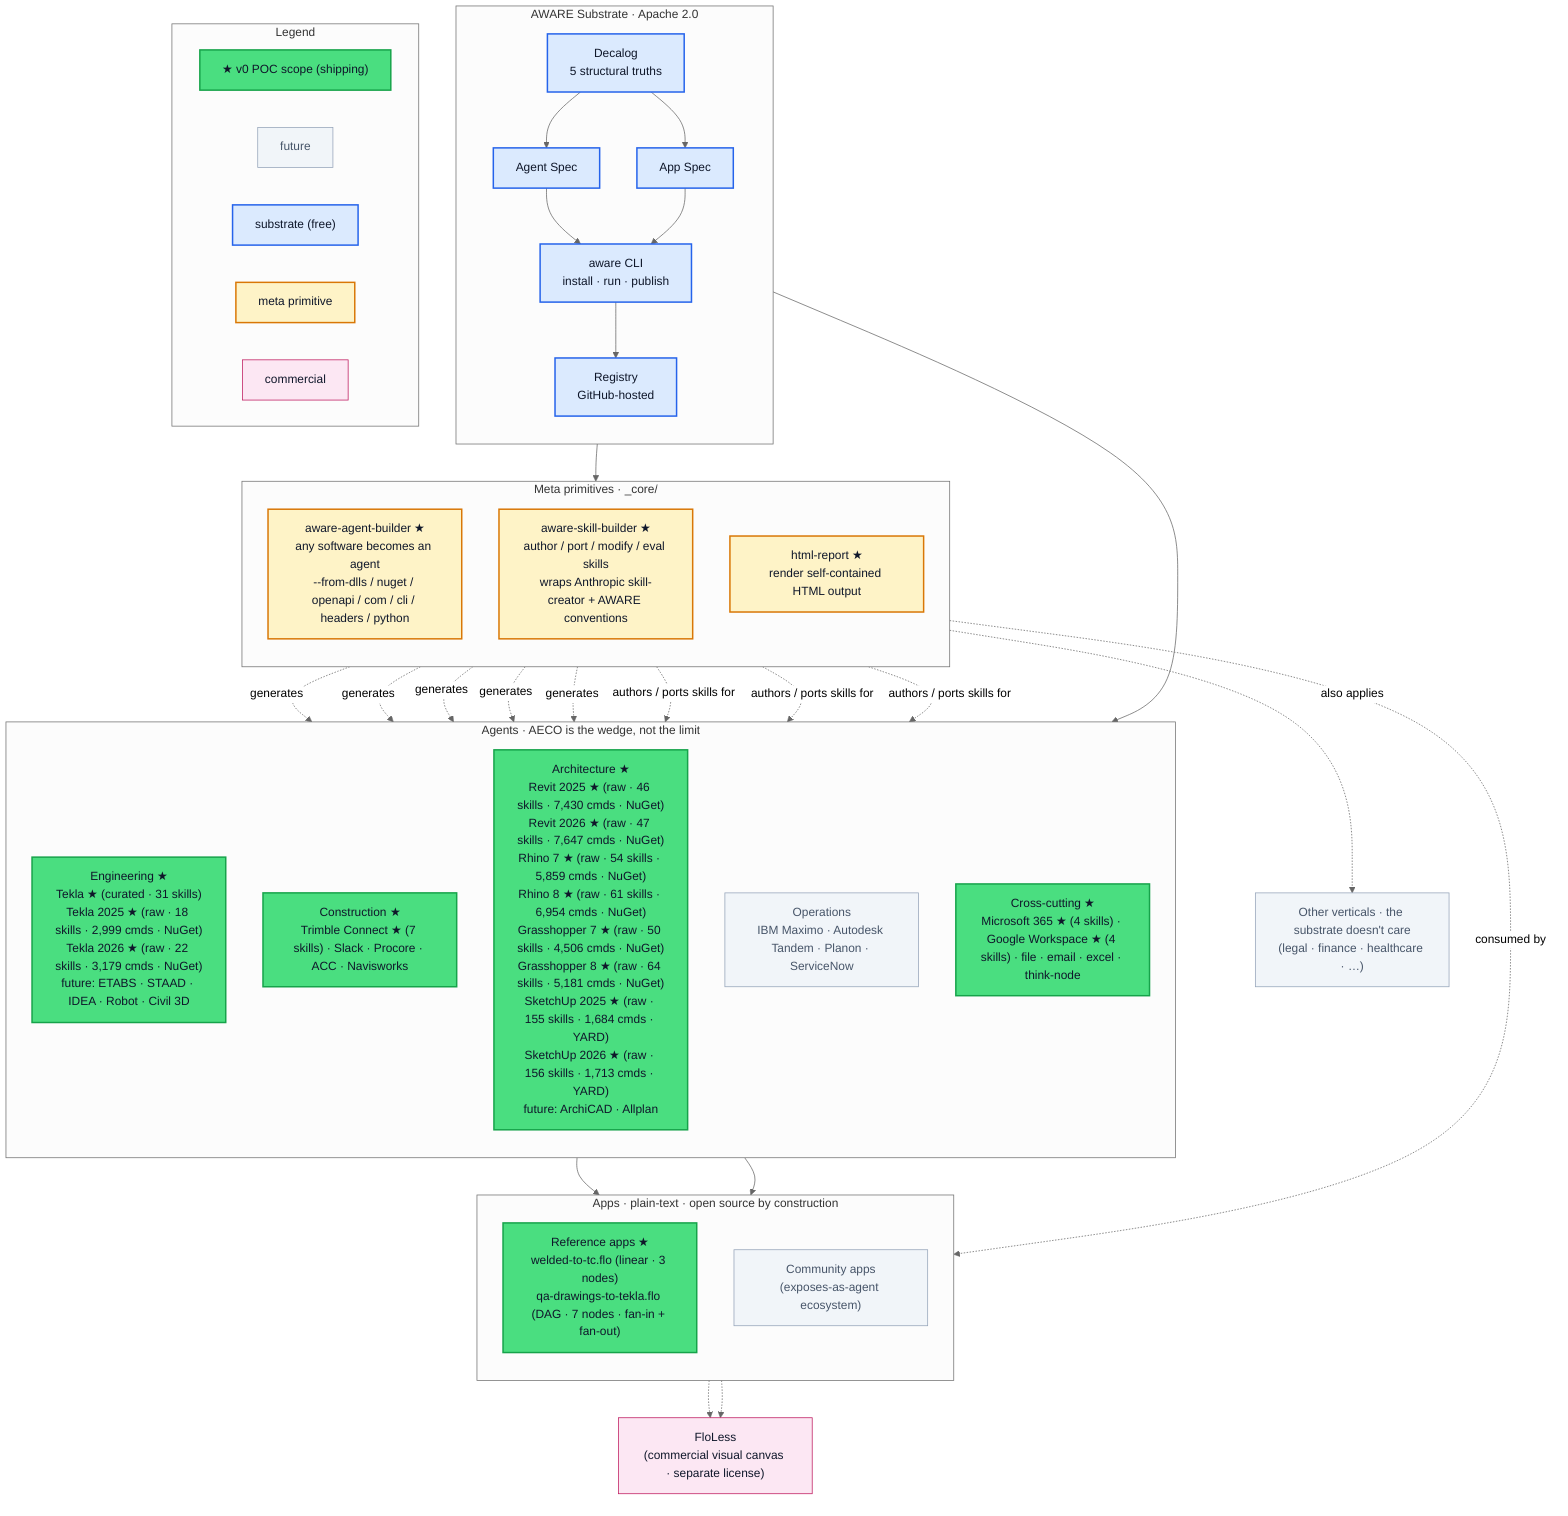
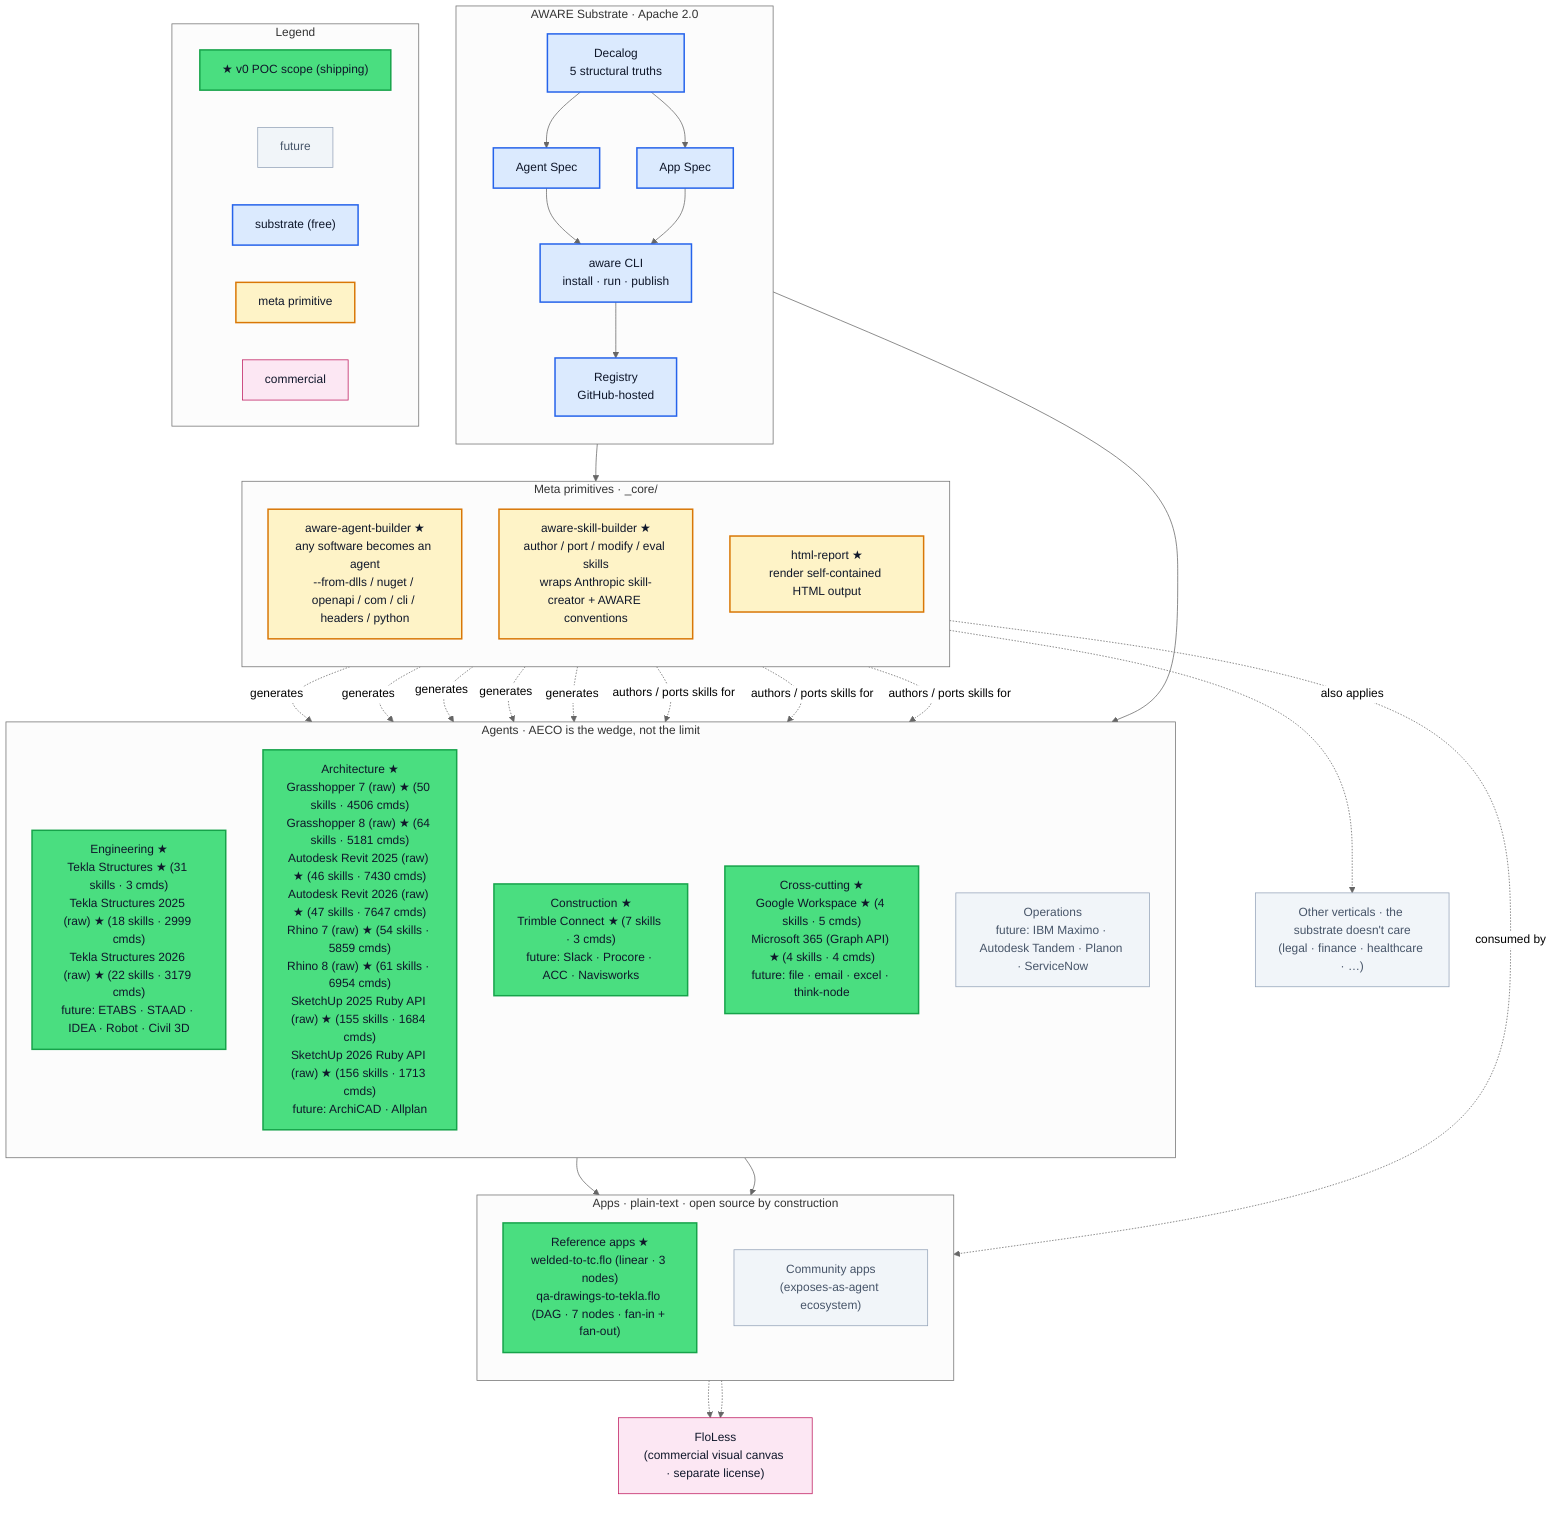
%%{init: {'theme':'neutral'}}%%
graph TB

  %% =========================================================
  %% Style classes
  %% =========================================================
  classDef poc        fill:#4ade80,stroke:#16a34a,color:#0f172a,stroke-width:2px
  classDef future     fill:#f1f5f9,stroke:#94a3b8,color:#475569
  classDef substrate  fill:#dbeafe,stroke:#2563eb,color:#0f172a,stroke-width:2px
  classDef meta       fill:#fef3c7,stroke:#d97706,color:#0f172a,stroke-width:2px
  classDef app        fill:#e0e7ff,stroke:#6366f1,color:#0f172a
  classDef commercial fill:#fce7f3,stroke:#be185d,color:#0f172a

  %% =========================================================
  %% Substrate · Apache 2.0
  %% =========================================================
  subgraph SUB["AWARE Substrate · Apache 2.0"]
    direction TB
    Decalog["Decalog<br/>5 structural truths"]:::substrate
    AgentSpec["Agent Spec"]:::substrate
    AppSpec["App Spec"]:::substrate
    CLI["aware CLI<br/>install · run · publish"]:::substrate
    Registry["Registry<br/>GitHub-hosted"]:::substrate

    Decalog --> AgentSpec
    Decalog --> AppSpec
    AgentSpec --> CLI
    AppSpec --> CLI
    CLI --> Registry
  end

  %% =========================================================
  %% Meta primitives — under _core/
  %% =========================================================
  subgraph META["Meta primitives · _core/"]
    direction TB
    Builder["aware-agent-builder ★<br/>any software becomes an agent<br/>--from-dlls / nuget / openapi / com / cli / headers / python"]:::meta
    SkillBuilder["aware-skill-builder ★<br/>author / port / modify / eval skills<br/>wraps Anthropic skill-creator + AWARE conventions"]:::meta
    HtmlReport["html-report ★<br/>render self-contained HTML output"]:::meta
  end

  %% =========================================================
  %% Agents · AECO (the wedge)
  %% =========================================================
  subgraph AGENTS["Agents · AECO is the wedge, not the limit"]
    direction TB

-     Eng["Engineering ★<br/>Tekla ★ (curated · 31 skills)<br/>Tekla 2025 ★ (raw · 18 skills · 2,999 cmds · NuGet)<br/>Tekla 2026 ★ (raw · 22 skills · 3,179 cmds · NuGet)<br/>future: ETABS · STAAD · IDEA · Robot · Civil 3D"]:::poc
-     Cons["Construction ★<br/>Trimble Connect ★ (7 skills) · Slack · Procore · ACC · Navisworks"]:::poc
-     Arch["Architecture ★<br/>Revit 2025 ★ (raw · 46 skills · 7,430 cmds · NuGet)<br/>Revit 2026 ★ (raw · 47 skills · 7,647 cmds · NuGet)<br/>Rhino 7 ★ (raw · 54 skills · 5,859 cmds · NuGet)<br/>Rhino 8 ★ (raw · 61 skills · 6,954 cmds · NuGet)<br/>Grasshopper 7 ★ (raw · 50 skills · 4,506 cmds · NuGet)<br/>Grasshopper 8 ★ (raw · 64 skills · 5,181 cmds · NuGet)<br/>SketchUp 2025 ★ (raw · 155 skills · 1,684 cmds · YARD)<br/>SketchUp 2026 ★ (raw · 156 skills · 1,713 cmds · YARD)<br/>future: ArchiCAD · Allplan"]:::poc
-     Ops["Operations<br/>IBM Maximo · Autodesk Tandem · Planon · ServiceNow"]:::future
-     Cross["Cross-cutting ★<br/>Microsoft 365 ★ (4 skills) · Google Workspace ★ (4 skills) · file · email · excel · think-node"]:::poc
+     %% AWARE-AUTOGEN-AGENTS-BEGIN (regenerated by `aware diagram regenerate --in-place 40-diagrams/aware-master.mmd`)
+     Eng["Engineering ★<br/>Tekla Structures ★ (31 skills · 3 cmds)<br/>Tekla Structures 2025 (raw) ★ (18 skills · 2999 cmds)<br/>Tekla Structures 2026 (raw) ★ (22 skills · 3179 cmds)<br/>future: ETABS · STAAD · IDEA · Robot · Civil 3D"]:::poc
+     Arch["Architecture ★<br/>Grasshopper 7 (raw) ★ (50 skills · 4506 cmds)<br/>Grasshopper 8 (raw) ★ (64 skills · 5181 cmds)<br/>Autodesk Revit 2025 (raw) ★ (46 skills · 7430 cmds)<br/>Autodesk Revit 2026 (raw) ★ (47 skills · 7647 cmds)<br/>Rhino 7 (raw) ★ (54 skills · 5859 cmds)<br/>Rhino 8 (raw) ★ (61 skills · 6954 cmds)<br/>SketchUp 2025 Ruby API (raw) ★ (155 skills · 1684 cmds)<br/>SketchUp 2026 Ruby API (raw) ★ (156 skills · 1713 cmds)<br/>future: ArchiCAD · Allplan"]:::poc
+     Cons["Construction ★<br/>Trimble Connect ★ (7 skills · 3 cmds)<br/>future: Slack · Procore · ACC · Navisworks"]:::poc
+     Cross["Cross-cutting ★<br/>Google Workspace ★ (4 skills · 5 cmds)<br/>Microsoft 365 (Graph API) ★ (4 skills · 4 cmds)<br/>future: file · email · excel · think-node"]:::poc
+     Ops["Operations<br/>future: IBM Maximo · Autodesk Tandem · Planon · ServiceNow"]:::future
+ %% AWARE-AUTOGEN-AGENTS-END
  end

  Other["Other verticals · the substrate doesn't care<br/>(legal · finance · healthcare · …)"]:::future

  %% =========================================================
  %% Apps · plain-text compositions
  %% =========================================================
  subgraph APPS["Apps · plain-text · open source by construction"]
    direction TB
    Refs["Reference apps ★<br/>welded-to-tc.flo (linear · 3 nodes)<br/>qa-drawings-to-tekla.flo (DAG · 7 nodes · fan-in + fan-out)"]:::poc
    Community["Community apps<br/>(exposes-as-agent ecosystem)"]:::future
  end

  %% =========================================================
  %% Commercial layer
  %% =========================================================
  FloLess["FloLess<br/>(commercial visual canvas · separate license)"]:::commercial

  %% =========================================================
  %% Wiring
  %% =========================================================
  Registry --> META
  Registry --> AGENTS

  Builder -. generates .-> Eng
  Builder -. generates .-> Cons
  Builder -. generates .-> Cross
  Builder -. generates .-> Arch
  Builder -. generates .-> Ops
  Builder -. also applies .-> Other

  SkillBuilder -. authors / ports skills for .-> Eng
  SkillBuilder -. authors / ports skills for .-> Cons
  SkillBuilder -. authors / ports skills for .-> Cross

  AGENTS --> Refs
  AGENTS --> Community
  HtmlReport -. consumed by .-> Refs

  Refs -.-> FloLess
  Community -.-> FloLess

  %% =========================================================
  %% Legend
  %% =========================================================
  subgraph LEGEND["Legend"]
    direction LR
    LegPoc["★ v0 POC scope (shipping)"]:::poc
    LegFut["future"]:::future
    LegSub["substrate (free)"]:::substrate
    LegMeta["meta primitive"]:::meta
    LegComm["commercial"]:::commercial
  end
